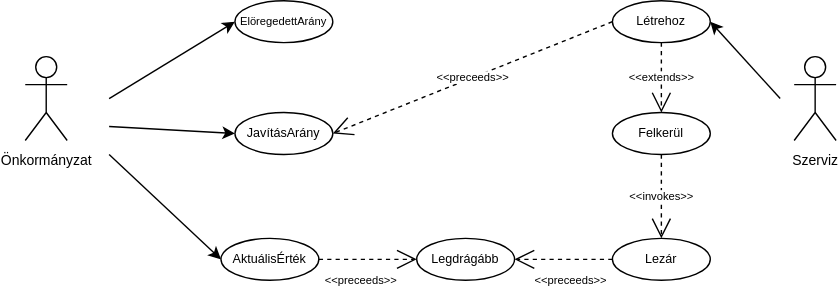
Earlier version of the draw.io export 2/oep/nagybeadando/terv/usecase_diagram.svg (sassvagyok/elte-ik). Source tidied: cells renumbered, new cells last; positions are measured from the earlier drawing's top-left corner, leaving out a move shared by most shapes. The source it was exported from:
```xml
<mxGraphModel>
  <root>
    <mxCell id="0" />
    <mxCell id="1" parent="0" />
    <mxCell id="2" value="&lt;font style=&quot;font-size: 10px;&quot;&gt;Önkormányzat&lt;/font&gt;" style="shape=umlActor;verticalLabelPosition=bottom;verticalAlign=top;html=1;" parent="1" vertex="1">
      <mxGeometry y="40" width="30" height="60" as="geometry" />
    </mxCell>
    <mxCell id="3" style="endArrow=classic;html=1;rounded=0;entryX=1;entryY=0.5;entryDx=0;entryDy=0;" parent="1" edge="1" target="8">
      <mxGeometry relative="1" as="geometry">
        <mxPoint x="540" y="70" as="sourcePoint" />
      </mxGeometry>
    </mxCell>
    <mxCell id="4" value="&lt;div&gt;&lt;font&gt;ElöregedettArány&lt;/font&gt;&lt;/div&gt;" style="ellipse;whiteSpace=wrap;html=1;fontSize=8;" parent="1" vertex="1">
      <mxGeometry x="150" width="70" height="30" as="geometry" />
    </mxCell>
    <mxCell id="5" value="&lt;font&gt;Legdrágább&lt;/font&gt;" style="ellipse;whiteSpace=wrap;html=1;fontSize=9;" parent="1" vertex="1">
      <mxGeometry x="280" y="170" width="70" height="30" as="geometry" />
    </mxCell>
    <mxCell id="6" value="&lt;div align=&quot;center&quot;&gt;&lt;font&gt;JavításArány&lt;/font&gt;&lt;/div&gt;" style="ellipse;whiteSpace=wrap;html=1;align=center;fontSize=9;" parent="1" vertex="1">
      <mxGeometry x="150" y="80" width="70" height="30" as="geometry" />
    </mxCell>
    <mxCell id="7" value="Felkerül" style="ellipse;whiteSpace=wrap;html=1;fontSize=9;" parent="1" vertex="1">
      <mxGeometry x="420" y="80" width="70" height="30" as="geometry" />
    </mxCell>
    <mxCell id="8" value="&lt;div&gt;Létrehoz&lt;/div&gt;" style="ellipse;whiteSpace=wrap;html=1;fontSize=9;" parent="1" vertex="1">
      <mxGeometry x="420" width="70" height="30" as="geometry" />
    </mxCell>
    <mxCell id="9" value="&lt;div&gt;Lezár&lt;/div&gt;" style="ellipse;whiteSpace=wrap;html=1;fontSize=9;" parent="1" vertex="1">
      <mxGeometry x="420" y="170" width="70" height="30" as="geometry" />
    </mxCell>
    <mxCell id="10" value="&lt;div&gt;AktuálisÉrték&lt;/div&gt;" style="ellipse;whiteSpace=wrap;html=1;fontSize=9;" parent="1" vertex="1">
      <mxGeometry x="140" y="170" width="70" height="30" as="geometry" />
    </mxCell>
    <mxCell id="11" value="&amp;lt;&amp;lt;extends&amp;gt;&amp;gt;" style="endArrow=open;endSize=12;dashed=1;html=1;rounded=0;entryX=0.5;entryY=0;entryDx=0;entryDy=0;exitX=0.5;exitY=1;exitDx=0;exitDy=0;fontSize=8;" parent="1" edge="1" source="8" target="7">
      <mxGeometry relative="1" as="geometry" />
    </mxCell>
    <mxCell id="12" value="&amp;lt;&amp;lt;invokes&amp;gt;&amp;gt;" style="endArrow=open;endSize=12;dashed=1;html=1;rounded=0;exitX=0.5;exitY=1;exitDx=0;exitDy=0;entryX=0.5;entryY=0;entryDx=0;entryDy=0;fontSize=8;" parent="1" edge="1" source="7" target="9">
      <mxGeometry relative="1" as="geometry" />
    </mxCell>
    <mxCell id="13" style="endArrow=classic;html=1;rounded=0;entryX=0;entryY=0.5;entryDx=0;entryDy=0;" parent="1" edge="1" target="10">
      <mxGeometry relative="1" as="geometry">
        <mxPoint x="60" y="110" as="sourcePoint" />
      </mxGeometry>
    </mxCell>
    <mxCell id="14" value="&amp;lt;&amp;lt;preceeds&amp;gt;&amp;gt;" style="endArrow=open;endSize=12;dashed=1;html=1;rounded=0;exitX=0;exitY=0.5;exitDx=0;exitDy=0;entryX=1;entryY=0.5;entryDx=0;entryDy=0;fontSize=8;" parent="1" edge="1" source="9" target="5">
      <mxGeometry x="-0.14" y="15" relative="1" as="geometry" />
    </mxCell>
    <mxCell id="15" value="&lt;div&gt;&amp;lt;&amp;lt;preceeds&amp;gt;&amp;gt;&lt;/div&gt;" style="endArrow=open;endSize=12;dashed=1;html=1;rounded=0;entryX=0;entryY=0.5;entryDx=0;entryDy=0;exitX=1;exitY=0.5;exitDx=0;exitDy=0;fontSize=8;" parent="1" edge="1" source="10" target="5">
      <mxGeometry x="-0.14" y="-15" relative="1" as="geometry" />
    </mxCell>
    <mxCell id="16" style="endArrow=classic;html=1;rounded=0;entryX=0;entryY=0.5;entryDx=0;entryDy=0;" parent="1" edge="1" target="4">
      <mxGeometry relative="1" as="geometry">
        <mxPoint x="60" y="70" as="sourcePoint" />
      </mxGeometry>
    </mxCell>
    <mxCell id="17" value="&lt;font style=&quot;font-size: 10px;&quot;&gt;Szerviz&lt;/font&gt;" style="shape=umlActor;verticalLabelPosition=bottom;verticalAlign=top;html=1;" parent="1" vertex="1">
      <mxGeometry x="550" y="40" width="30" height="60" as="geometry" />
    </mxCell>
    <mxCell id="18" value="&amp;lt;&amp;lt;preceeds&amp;gt;&amp;gt;" style="endArrow=open;endSize=12;dashed=1;html=1;rounded=0;exitX=0;exitY=0.5;exitDx=0;exitDy=0;entryX=1;entryY=0.5;entryDx=0;entryDy=0;fontSize=8;" parent="1" edge="1" source="8" target="6">
      <mxGeometry relative="1" as="geometry" />
    </mxCell>
    <mxCell id="19" style="endArrow=classic;html=1;rounded=0;entryX=0;entryY=0.5;entryDx=0;entryDy=0;" parent="1" edge="1" target="6">
      <mxGeometry relative="1" as="geometry">
        <mxPoint x="60" y="90" as="sourcePoint" />
      </mxGeometry>
    </mxCell>
  </root>
</mxGraphModel>
```
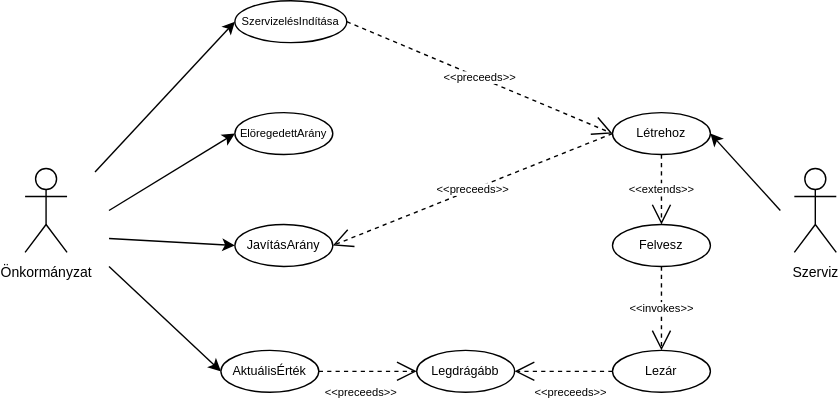
After the change.

Diff of the diagram source:
```diff
@@ -19,7 +19,7 @@
     <mxCell id="6" value="&lt;div align=&quot;center&quot;&gt;&lt;font&gt;JavításArány&lt;/font&gt;&lt;/div&gt;" style="ellipse;whiteSpace=wrap;html=1;align=center;fontSize=9;" parent="1" vertex="1">
       <mxGeometry x="150" y="80" width="70" height="30" as="geometry" />
     </mxCell>
-    <mxCell id="7" value="Felkerül" style="ellipse;whiteSpace=wrap;html=1;fontSize=9;" parent="1" vertex="1">
+    <mxCell id="7" value="Felvesz" style="ellipse;whiteSpace=wrap;html=1;fontSize=9;" parent="1" vertex="1">
       <mxGeometry x="420" y="80" width="70" height="30" as="geometry" />
     </mxCell>
     <mxCell id="8" value="&lt;div&gt;Létrehoz&lt;/div&gt;" style="ellipse;whiteSpace=wrap;html=1;fontSize=9;" parent="1" vertex="1">
@@ -64,5 +64,16 @@
         <mxPoint x="60" y="90" as="sourcePoint" />
       </mxGeometry>
     </mxCell>
+    <mxCell id="20" value="SzervizelésIndítása" style="ellipse;whiteSpace=wrap;html=1;fontSize=8;" parent="1" vertex="1">
+      <mxGeometry x="150" y="-80" width="80" height="30" as="geometry" />
+    </mxCell>
+    <mxCell id="21" style="endArrow=classic;html=1;rounded=0;entryX=0;entryY=0.5;entryDx=0;entryDy=0;" parent="1" edge="1" target="20">
+      <mxGeometry relative="1" as="geometry">
+        <mxPoint x="50" y="42.5" as="sourcePoint" />
+      </mxGeometry>
+    </mxCell>
+    <mxCell id="22" value="&amp;lt;&amp;lt;preceeds&amp;gt;&amp;gt;" style="endArrow=open;endSize=12;dashed=1;html=1;rounded=0;exitX=1;exitY=0.5;exitDx=0;exitDy=0;entryX=0;entryY=0.5;entryDx=0;entryDy=0;fontSize=8;" parent="1" edge="1" source="20" target="8">
+      <mxGeometry relative="1" as="geometry" />
+    </mxCell>
   </root>
 </mxGraphModel>
```
